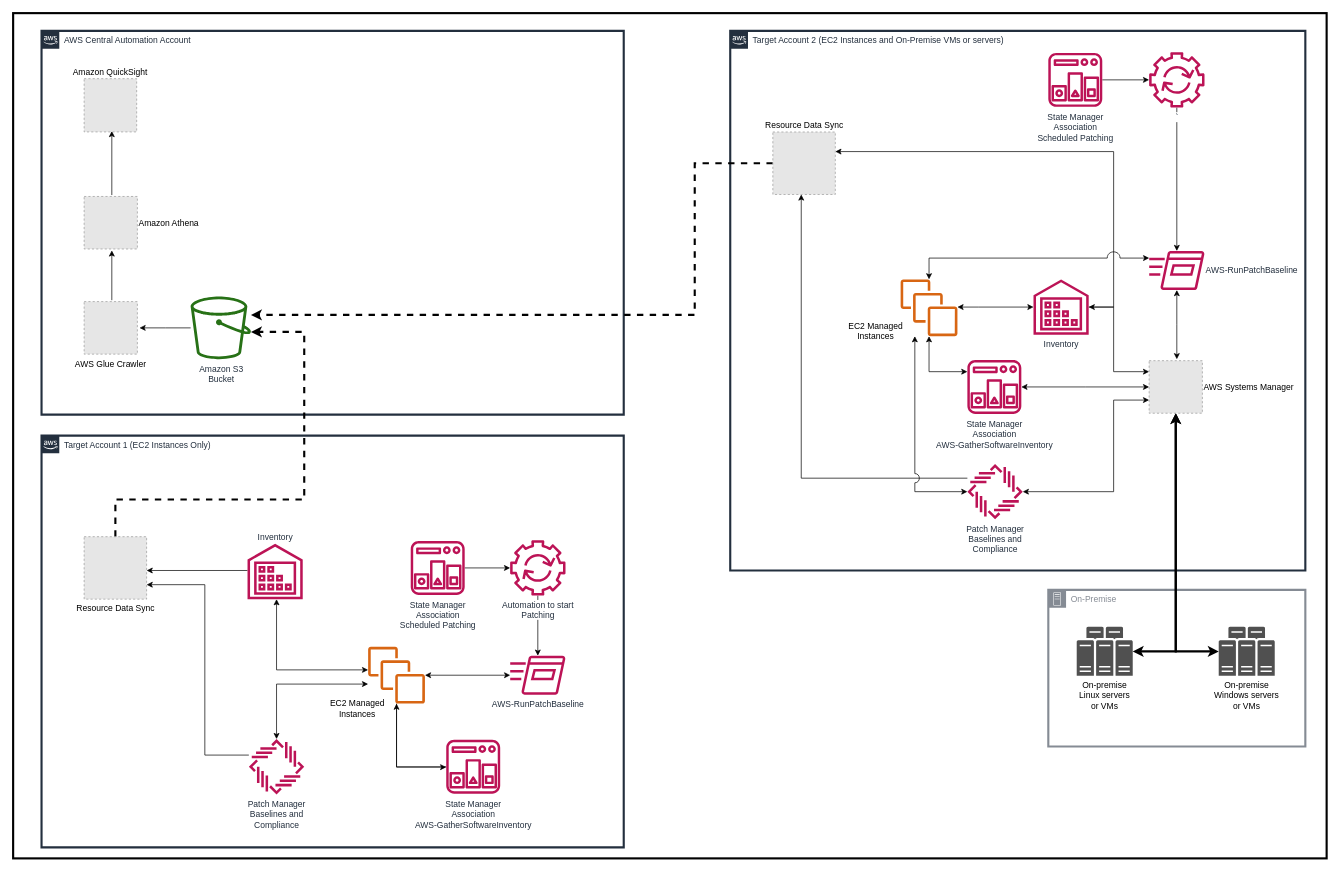
Earlier version of the draw.io diagram AWSSystemsManager/CentralizedPatchManagement/images/opsmgmt-diagram.drawio (senorkrabs/aws-management-and-governance-samples). Source tidied: cells renumbered, new cells numbered last; positions are measured from the earlier drawing's top-left corner, leaving out a move shared by most shapes. Both pictures are drawn from the tidied source at 71%, with x=0, y=0 at pixel (13, 13). Pictures stored in the file or linked from it are replaced by grey dashed boxes.
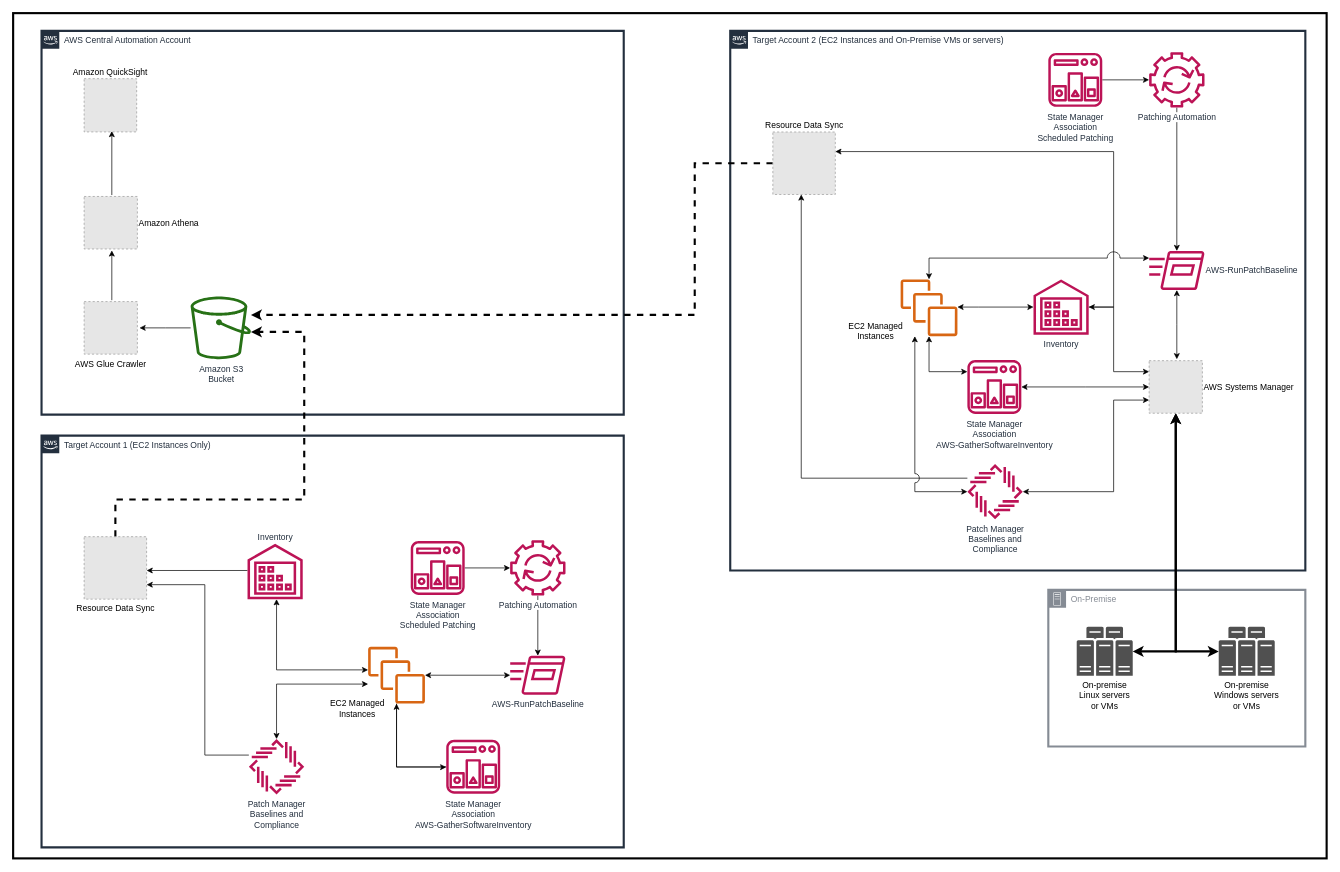
The same diagram, later.

The edit, as a diff of the source:
```diff
@@
-<mxGraphModel>
+<mxGraphModel background="#FFFFFF">
@@
-    <mxCell id="22" value="&lt;span style=&quot;background-color: rgb(255 , 255 , 255)&quot;&gt;Automation to start&lt;br&gt;Patching&lt;br&gt;&lt;/span&gt;" style="outlineConnect=0;fontColor=#232F3E;gradientColor=none;fillColor=#BC1356;strokeColor=none;dashed=0;verticalLabelPosition=bottom;verticalAlign=top;align=center;html=1;fontSize=12;fontStyle=0;shape=mxgraph.aws4.automation;" parent="1" vertex="1">
+    <mxCell id="22" value="&lt;span style=&quot;background-color: rgb(255 , 255 , 255)&quot;&gt;Patching Automation&lt;br&gt;&lt;/span&gt;" style="outlineConnect=0;fontColor=#232F3E;gradientColor=none;fillColor=#BC1356;strokeColor=none;dashed=0;verticalLabelPosition=bottom;verticalAlign=top;align=center;html=1;fontSize=12;fontStyle=0;shape=mxgraph.aws4.automation;" parent="1" vertex="1">
       <mxGeometry x="700" y="742.4" width="78" height="78" as="geometry" />
     </mxCell>
@@
-    <mxCell id="59" value="&lt;span style=&quot;background-color: rgb(255 , 255 , 255)&quot;&gt;`&lt;br&gt;&lt;/span&gt;" style="outlineConnect=0;fontColor=#232F3E;gradientColor=none;fillColor=#BC1356;strokeColor=none;dashed=0;verticalLabelPosition=bottom;verticalAlign=top;align=center;html=1;fontSize=12;fontStyle=0;shape=mxgraph.aws4.automation;" parent="1" vertex="1">
+    <mxCell id="59" value="&lt;span style=&quot;background-color: rgb(255 , 255 , 255)&quot;&gt;Patching Automation&lt;/span&gt;&lt;span style=&quot;background-color: rgb(255 , 255 , 255)&quot;&gt;&lt;br&gt;&lt;/span&gt;" style="outlineConnect=0;fontColor=#232F3E;gradientColor=none;fillColor=#BC1356;strokeColor=none;dashed=0;verticalLabelPosition=bottom;verticalAlign=top;align=center;html=1;fontSize=12;fontStyle=0;shape=mxgraph.aws4.automation;" parent="1" vertex="1">
       <mxGeometry x="1600" y="55" width="78" height="78" as="geometry" />
     </mxCell>
```
